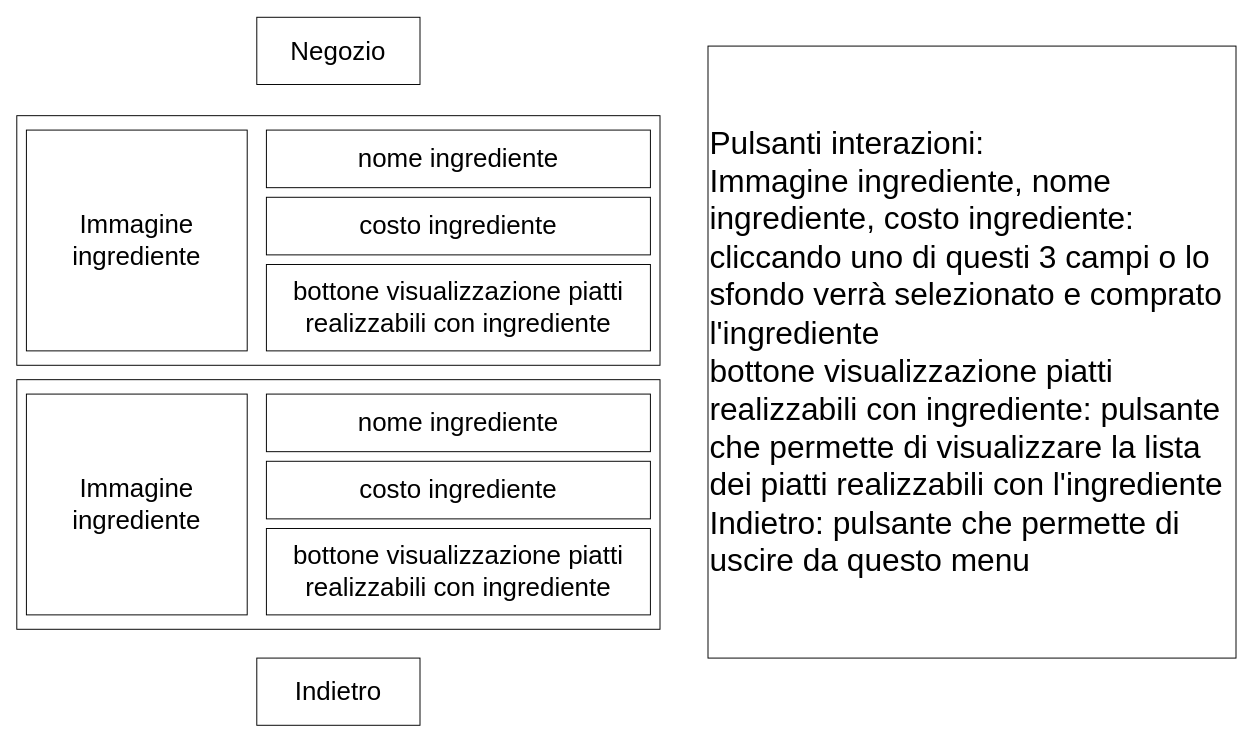
The draw.io diagram doc/Progetti Drawio/StoryBoard/StoryboardInterazioneConNegozio.drawio in zSavT/Healthy-Catering, before the edit. Source tidied: cells renumbered, new cells numbered last; positions are measured from the earlier drawing's top-left corner, leaving out a move shared by most shapes. Both pictures are drawn from the tidied source at 96%, with x=0, y=0 at pixel (16, 16).
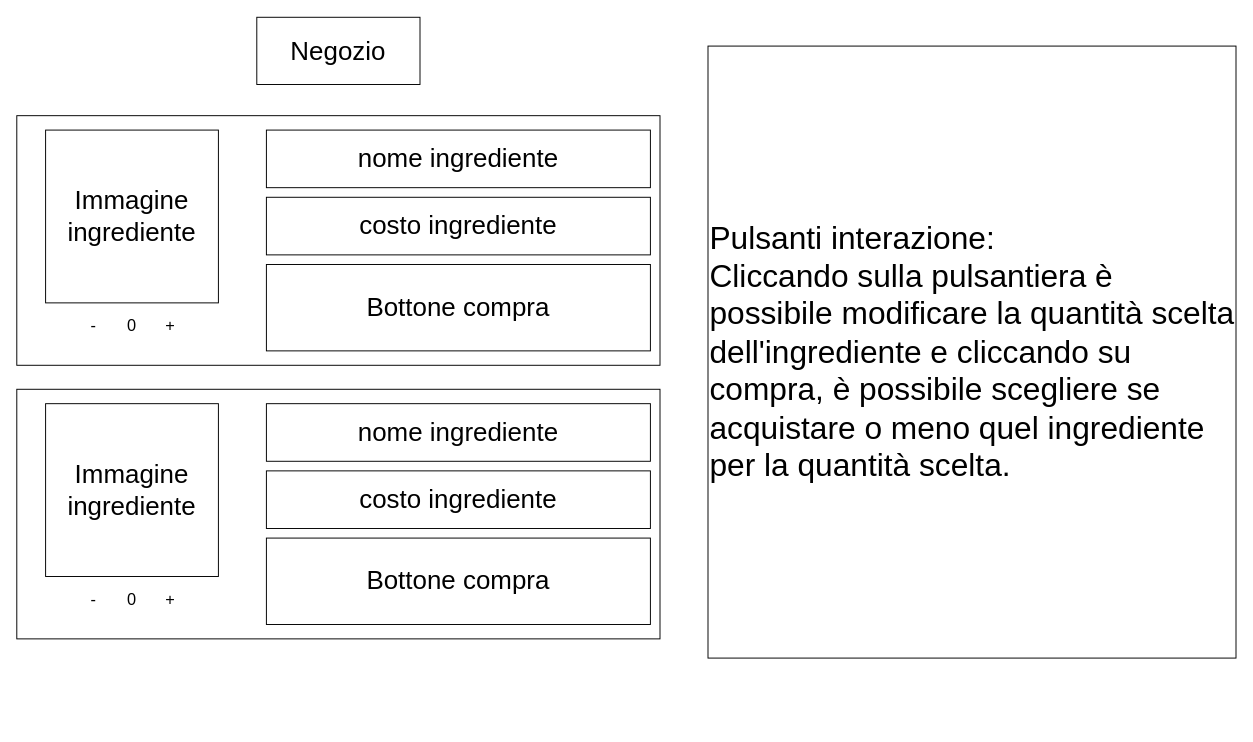
Above is the later version.

Commit message (it also covers changes not shown here):
Aggiornati storyboard interazione cliente, interazione negozio e magazzino

Diff of the diagram source:
```diff
@@
 <mxGraphModel>
   <root>
     <mxCell id="0" />
     <mxCell id="1" parent="0" />
     <mxCell id="2" value="Negozio" style="rounded=0;whiteSpace=wrap;html=1;fontSize=27;" parent="1" vertex="1">
       <mxGeometry x="250" y="0.5" width="170" height="70" as="geometry" />
     </mxCell>
-    <mxCell id="3" value="&lt;font style=&quot;font-size: 33px;&quot;&gt;Pulsanti interazioni:&lt;br&gt;Immagine ingrediente, nome ingrediente, costo ingrediente: cliccando uno di questi 3 campi o lo sfondo verrà selezionato e comprato l'ingrediente&lt;br&gt;bottone visualizzazione piatti realizzabili con ingrediente: pulsante che permette di visualizzare la lista dei piatti realizzabili con l'ingrediente&lt;br&gt;Indietro: pulsante che permette di uscire da questo menu&lt;br&gt;&lt;/font&gt;" style="rounded=0;whiteSpace=wrap;html=1;fontSize=27;align=left;" parent="1" vertex="1">
+    <mxCell id="3" value="&lt;font style=&quot;font-size: 33px;&quot;&gt;Pulsanti interazione:&lt;br&gt;Cliccando sulla pulsantiera è possibile modificare la quantità scelta dell'ingrediente e cliccando su compra, è possibile scegliere se acquistare o meno quel ingrediente per la quantità scelta.&lt;br&gt;&lt;/font&gt;" style="rounded=0;whiteSpace=wrap;html=1;fontSize=27;align=left;" parent="1" vertex="1">
       <mxGeometry x="720" y="30.5" width="550" height="637.5" as="geometry" />
     </mxCell>
     <mxCell id="4" style="whiteSpace=wrap;html=1;" parent="1" vertex="1">
       <mxGeometry y="103" width="670" height="260" as="geometry" />
     </mxCell>
     <mxCell id="5" value="costo ingrediente" style="rounded=0;whiteSpace=wrap;html=1;fontSize=27;" parent="1" vertex="1">
       <mxGeometry x="260" y="188" width="400" height="60" as="geometry" />
     </mxCell>
-    <mxCell id="6" value="bottone visualizzazione piatti realizzabili con ingrediente" style="rounded=0;whiteSpace=wrap;html=1;fontSize=27;" parent="1" vertex="1">
+    <mxCell id="6" value="Bottone compra" style="rounded=0;whiteSpace=wrap;html=1;fontSize=27;" parent="1" vertex="1">
       <mxGeometry x="260" y="258" width="400" height="90" as="geometry" />
     </mxCell>
     <mxCell id="7" value="Immagine ingrediente" style="rounded=0;whiteSpace=wrap;html=1;fontSize=27;" parent="1" vertex="1">
-      <mxGeometry x="10" y="118" width="230" height="230" as="geometry" />
+      <mxGeometry x="30" y="118" width="180" height="180" as="geometry" />
     </mxCell>
     <mxCell id="8" value="nome ingrediente" style="rounded=0;whiteSpace=wrap;html=1;fontSize=27;" parent="1" vertex="1">
       <mxGeometry x="260" y="118" width="400" height="60" as="geometry" />
     </mxCell>
-    <mxCell id="9" style="whiteSpace=wrap;html=1;" parent="1" vertex="1">
-      <mxGeometry y="378" width="670" height="260" as="geometry" />
-    </mxCell>
+    <mxCell id="15" value="&lt;font style=&quot;font-size: 17px;&quot;&gt;0&lt;/font&gt;" style="text;html=1;strokeColor=none;fillColor=none;align=center;verticalAlign=middle;whiteSpace=wrap;rounded=0;" parent="1" vertex="1">
+      <mxGeometry x="90" y="308" width="60" height="30" as="geometry" />
+    </mxCell>
+    <mxCell id="16" value="&lt;font style=&quot;font-size: 17px;&quot;&gt;+&lt;/font&gt;" style="text;html=1;strokeColor=none;fillColor=none;align=center;verticalAlign=middle;whiteSpace=wrap;rounded=0;" parent="1" vertex="1">
+      <mxGeometry x="130" y="308" width="60" height="30" as="geometry" />
+    </mxCell>
+    <mxCell id="17" value="&lt;font style=&quot;font-size: 17px;&quot;&gt;-&lt;/font&gt;" style="text;html=1;strokeColor=none;fillColor=none;align=center;verticalAlign=middle;whiteSpace=wrap;rounded=0;" parent="1" vertex="1">
+      <mxGeometry x="50" y="308" width="60" height="30" as="geometry" />
+    </mxCell>
+    <mxCell id="18" style="whiteSpace=wrap;html=1;" parent="1" vertex="1">
+      <mxGeometry y="388" width="670" height="260" as="geometry" />
+    </mxCell>
     <mxCell id="10" value="costo ingrediente" style="rounded=0;whiteSpace=wrap;html=1;fontSize=27;" parent="1" vertex="1">
-      <mxGeometry x="260" y="463" width="400" height="60" as="geometry" />
+      <mxGeometry x="260" y="473" width="400" height="60" as="geometry" />
     </mxCell>
-    <mxCell id="11" value="bottone visualizzazione piatti realizzabili con ingrediente" style="rounded=0;whiteSpace=wrap;html=1;fontSize=27;" parent="1" vertex="1">
-      <mxGeometry x="260" y="533" width="400" height="90" as="geometry" />
-    </mxCell>
+    <mxCell id="19" value="Bottone compra" style="rounded=0;whiteSpace=wrap;html=1;fontSize=27;" parent="1" vertex="1">
+      <mxGeometry x="260" y="543" width="400" height="90" as="geometry" />
+    </mxCell>
     <mxCell id="12" value="Immagine ingrediente" style="rounded=0;whiteSpace=wrap;html=1;fontSize=27;" parent="1" vertex="1">
-      <mxGeometry x="10" y="393" width="230" height="230" as="geometry" />
+      <mxGeometry x="30" y="403" width="180" height="180" as="geometry" />
     </mxCell>
     <mxCell id="13" value="nome ingrediente" style="rounded=0;whiteSpace=wrap;html=1;fontSize=27;" parent="1" vertex="1">
-      <mxGeometry x="260" y="393" width="400" height="60" as="geometry" />
+      <mxGeometry x="260" y="403" width="400" height="60" as="geometry" />
     </mxCell>
-    <mxCell id="14" value="Indietro" style="rounded=0;whiteSpace=wrap;html=1;fontSize=27;" parent="1" vertex="1">
-      <mxGeometry x="250" y="668" width="170" height="70" as="geometry" />
-    </mxCell>
+    <mxCell id="20" value="&lt;font style=&quot;font-size: 17px;&quot;&gt;0&lt;/font&gt;" style="text;html=1;strokeColor=none;fillColor=none;align=center;verticalAlign=middle;whiteSpace=wrap;rounded=0;" parent="1" vertex="1">
+      <mxGeometry x="90" y="593" width="60" height="30" as="geometry" />
+    </mxCell>
+    <mxCell id="21" value="&lt;font style=&quot;font-size: 17px;&quot;&gt;+&lt;/font&gt;" style="text;html=1;strokeColor=none;fillColor=none;align=center;verticalAlign=middle;whiteSpace=wrap;rounded=0;" parent="1" vertex="1">
+      <mxGeometry x="130" y="593" width="60" height="30" as="geometry" />
+    </mxCell>
+    <mxCell id="22" value="&lt;font style=&quot;font-size: 17px;&quot;&gt;-&lt;/font&gt;" style="text;html=1;strokeColor=none;fillColor=none;align=center;verticalAlign=middle;whiteSpace=wrap;rounded=0;" parent="1" vertex="1">
+      <mxGeometry x="50" y="593" width="60" height="30" as="geometry" />
+    </mxCell>
   </root>
 </mxGraphModel>
```
